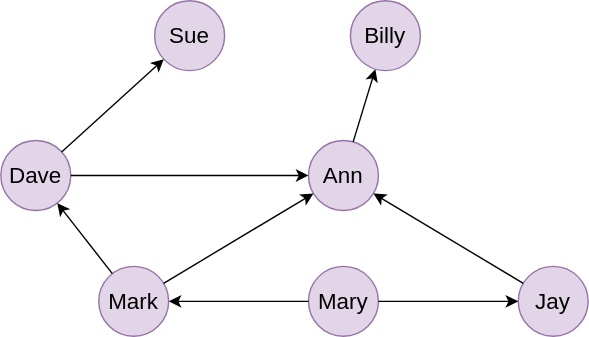
Above: graph-algorithms/pages/similarity/images/knn-example.drawio.svg in ultipa/ultipa-docs (draw.io), before the change. Source tidied: cells renumbered, new cells last; positions are measured from the earlier drawing's top-left corner, leaving out a move shared by most shapes. Its diagram source:
```xml
<mxGraphModel>
  <root>
    <mxCell id="0" />
    <mxCell id="1" parent="0" />
    <mxCell id="2" value="Dave" style="ellipse;whiteSpace=wrap;html=1;fillColor=#e1d5e7;strokeColor=#9673a6;fontSize=16;" parent="1" vertex="1">
      <mxGeometry y="100" width="50" height="50" as="geometry" />
    </mxCell>
    <mxCell id="3" value="Mark" style="ellipse;whiteSpace=wrap;html=1;fillColor=#e1d5e7;strokeColor=#9673a6;fontSize=16;" parent="1" vertex="1">
      <mxGeometry x="70" y="190" width="50" height="50" as="geometry" />
    </mxCell>
    <mxCell id="4" value="Ann" style="ellipse;whiteSpace=wrap;html=1;fillColor=#e1d5e7;strokeColor=#9673a6;fontSize=16;" parent="1" vertex="1">
      <mxGeometry x="220" y="100" width="50" height="50" as="geometry" />
    </mxCell>
    <mxCell id="5" style="endArrow=classic;html=1;endFill=1;strokeWidth=1;" parent="1" edge="1" source="3" target="2">
      <mxGeometry relative="1" as="geometry" />
    </mxCell>
    <mxCell id="6" style="endArrow=classic;html=1;endFill=1;strokeWidth=1;" parent="1" edge="1" source="2" target="4">
      <mxGeometry relative="1" as="geometry" />
    </mxCell>
    <mxCell id="7" value="Sue" style="ellipse;whiteSpace=wrap;html=1;fillColor=#e1d5e7;strokeColor=#9673a6;fontSize=16;" parent="1" vertex="1">
      <mxGeometry x="110" width="50" height="50" as="geometry" />
    </mxCell>
    <mxCell id="8" style="endArrow=classic;html=1;endFill=1;strokeWidth=1;" parent="1" edge="1" source="2" target="7">
      <mxGeometry relative="1" as="geometry" />
    </mxCell>
    <mxCell id="9" value="Billy" style="ellipse;whiteSpace=wrap;html=1;fillColor=#e1d5e7;strokeColor=#9673a6;fontSize=16;" parent="1" vertex="1">
      <mxGeometry x="250" width="50" height="50" as="geometry" />
    </mxCell>
    <mxCell id="10" value="Mary" style="ellipse;whiteSpace=wrap;html=1;fillColor=#e1d5e7;strokeColor=#9673a6;fontSize=16;" parent="1" vertex="1">
      <mxGeometry x="220" y="190" width="50" height="50" as="geometry" />
    </mxCell>
    <mxCell id="11" value="Jay" style="ellipse;whiteSpace=wrap;html=1;fillColor=#e1d5e7;strokeColor=#9673a6;fontSize=16;" parent="1" vertex="1">
      <mxGeometry x="370" y="190" width="50" height="50" as="geometry" />
    </mxCell>
    <mxCell id="12" style="endArrow=classic;html=1;endFill=1;strokeWidth=1;" parent="1" edge="1" source="11" target="4">
      <mxGeometry relative="1" as="geometry" />
    </mxCell>
    <mxCell id="13" style="endArrow=classic;html=1;endFill=1;strokeWidth=1;" parent="1" edge="1" source="10" target="3">
      <mxGeometry relative="1" as="geometry" />
    </mxCell>
    <mxCell id="14" style="endArrow=classic;html=1;endFill=1;strokeWidth=1;" parent="1" edge="1" source="10" target="11">
      <mxGeometry relative="1" as="geometry" />
    </mxCell>
    <mxCell id="15" style="endArrow=classic;html=1;endFill=1;strokeWidth=1;" parent="1" edge="1" source="4" target="9">
      <mxGeometry relative="1" as="geometry" />
    </mxCell>
    <mxCell id="16" style="endArrow=classic;html=1;endFill=1;strokeWidth=1;" parent="1" edge="1" source="3" target="4">
      <mxGeometry relative="1" as="geometry" />
    </mxCell>
  </root>
</mxGraphModel>
```
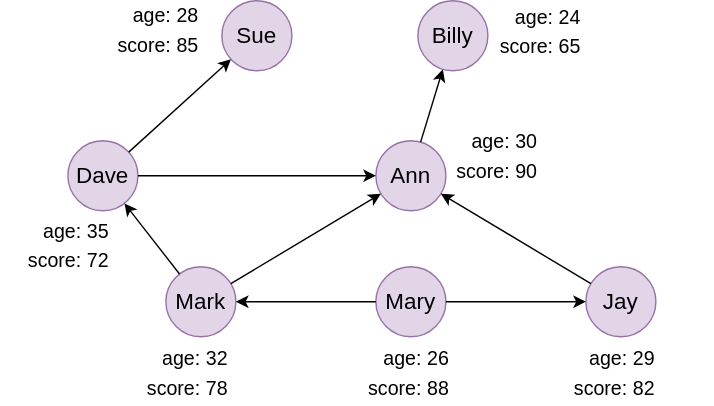
Later version of the same file.

What changed in the source:
```diff
@@ -2,6 +2,90 @@
   <root>
     <mxCell id="0" />
     <mxCell id="1" parent="0" />
+    <mxCell id="17" style="shape=table;startSize=0;fontSize=16;strokeColor=none;" parent="1" vertex="1">
+      <mxGeometry x="16" width="120" height="44" as="geometry" />
+    </mxCell>
+    <mxCell id="18" style="shape=tableRow;horizontal=0;startSize=0;swimlaneHead=0;swimlaneBody=0;strokeColor=inherit;top=0;left=0;bottom=0;right=0;fillColor=none;fontSize=16;" parent="17" vertex="1">
+      <mxGeometry width="120" height="20" as="geometry" />
+    </mxCell>
+    <mxCell id="19" value="age:" style="shape=partialRectangle;html=1;whiteSpace=wrap;strokeColor=inherit;overflow=hidden;fillColor=none;top=0;left=0;bottom=0;right=0;fontSize=14;align=right;" parent="18" vertex="1">
+      <mxGeometry width="60" height="20" as="geometry" />
+    </mxCell>
+    <mxCell id="20" value="28" style="shape=partialRectangle;html=1;whiteSpace=wrap;strokeColor=inherit;overflow=hidden;fillColor=none;top=0;left=0;bottom=0;right=0;fontSize=14;align=left;" parent="18" vertex="1">
+      <mxGeometry x="60" width="60" height="20" as="geometry" />
+    </mxCell>
+    <mxCell id="21" style="shape=tableRow;horizontal=0;startSize=0;swimlaneHead=0;swimlaneBody=0;strokeColor=inherit;top=0;left=0;bottom=0;right=0;fillColor=none;fontSize=16;" parent="17" vertex="1">
+      <mxGeometry y="20" width="120" height="24" as="geometry" />
+    </mxCell>
+    <mxCell id="22" value="score:" style="shape=partialRectangle;html=1;whiteSpace=wrap;strokeColor=inherit;overflow=hidden;fillColor=none;top=0;left=0;bottom=0;right=0;fontSize=14;align=right;" parent="21" vertex="1">
+      <mxGeometry width="60" height="24" as="geometry" />
+    </mxCell>
+    <mxCell id="23" value="85" style="shape=partialRectangle;html=1;whiteSpace=wrap;strokeColor=inherit;overflow=hidden;fillColor=none;top=0;left=0;bottom=0;right=0;fontSize=14;align=left;" parent="21" vertex="1">
+      <mxGeometry x="60" width="60" height="24" as="geometry" />
+    </mxCell>
+    <mxCell id="24" style="shape=table;startSize=0;fontSize=16;strokeColor=none;" parent="1" vertex="1">
+      <mxGeometry x="289" y="1" width="120" height="44" as="geometry" />
+    </mxCell>
+    <mxCell id="25" style="shape=tableRow;horizontal=0;startSize=0;swimlaneHead=0;swimlaneBody=0;strokeColor=inherit;top=0;left=0;bottom=0;right=0;fillColor=none;fontSize=16;" parent="24" vertex="1">
+      <mxGeometry width="120" height="20" as="geometry" />
+    </mxCell>
+    <mxCell id="26" value="age:" style="shape=partialRectangle;html=1;whiteSpace=wrap;strokeColor=inherit;overflow=hidden;fillColor=none;top=0;left=0;bottom=0;right=0;fontSize=14;align=right;" parent="25" vertex="1">
+      <mxGeometry width="60" height="20" as="geometry" />
+    </mxCell>
+    <mxCell id="27" value="24" style="shape=partialRectangle;html=1;whiteSpace=wrap;strokeColor=inherit;overflow=hidden;fillColor=none;top=0;left=0;bottom=0;right=0;fontSize=14;align=left;" parent="25" vertex="1">
+      <mxGeometry x="60" width="60" height="20" as="geometry" />
+    </mxCell>
+    <mxCell id="28" style="shape=tableRow;horizontal=0;startSize=0;swimlaneHead=0;swimlaneBody=0;strokeColor=inherit;top=0;left=0;bottom=0;right=0;fillColor=none;fontSize=16;" parent="24" vertex="1">
+      <mxGeometry y="20" width="120" height="24" as="geometry" />
+    </mxCell>
+    <mxCell id="29" value="score:" style="shape=partialRectangle;html=1;whiteSpace=wrap;strokeColor=inherit;overflow=hidden;fillColor=none;top=0;left=0;bottom=0;right=0;fontSize=14;align=right;" parent="28" vertex="1">
+      <mxGeometry width="60" height="24" as="geometry" />
+    </mxCell>
+    <mxCell id="30" value="65" style="shape=partialRectangle;html=1;whiteSpace=wrap;strokeColor=inherit;overflow=hidden;fillColor=none;top=0;left=0;bottom=0;right=0;fontSize=14;align=left;" parent="28" vertex="1">
+      <mxGeometry x="60" width="60" height="24" as="geometry" />
+    </mxCell>
+    <mxCell id="31" style="shape=table;startSize=0;fontSize=16;strokeColor=none;" parent="1" vertex="1">
+      <mxGeometry x="258" y="90" width="120" height="44" as="geometry" />
+    </mxCell>
+    <mxCell id="32" style="shape=tableRow;horizontal=0;startSize=0;swimlaneHead=0;swimlaneBody=0;strokeColor=inherit;top=0;left=0;bottom=0;right=0;fillColor=none;fontSize=16;" parent="31" vertex="1">
+      <mxGeometry width="120" height="20" as="geometry" />
+    </mxCell>
+    <mxCell id="33" value="age:" style="shape=partialRectangle;html=1;whiteSpace=wrap;strokeColor=inherit;overflow=hidden;fillColor=none;top=0;left=0;bottom=0;right=0;fontSize=14;align=right;" parent="32" vertex="1">
+      <mxGeometry width="60" height="20" as="geometry" />
+    </mxCell>
+    <mxCell id="34" value="30" style="shape=partialRectangle;html=1;whiteSpace=wrap;strokeColor=inherit;overflow=hidden;fillColor=none;top=0;left=0;bottom=0;right=0;fontSize=14;align=left;" parent="32" vertex="1">
+      <mxGeometry x="60" width="60" height="20" as="geometry" />
+    </mxCell>
+    <mxCell id="35" style="shape=tableRow;horizontal=0;startSize=0;swimlaneHead=0;swimlaneBody=0;strokeColor=inherit;top=0;left=0;bottom=0;right=0;fillColor=none;fontSize=16;" parent="31" vertex="1">
+      <mxGeometry y="20" width="120" height="24" as="geometry" />
+    </mxCell>
+    <mxCell id="36" value="score:" style="shape=partialRectangle;html=1;whiteSpace=wrap;strokeColor=inherit;overflow=hidden;fillColor=none;top=0;left=0;bottom=0;right=0;fontSize=14;align=right;" parent="35" vertex="1">
+      <mxGeometry width="60" height="24" as="geometry" />
+    </mxCell>
+    <mxCell id="37" value="90" style="shape=partialRectangle;html=1;whiteSpace=wrap;strokeColor=inherit;overflow=hidden;fillColor=none;top=0;left=0;bottom=0;right=0;fontSize=14;align=left;" parent="35" vertex="1">
+      <mxGeometry x="60" width="60" height="24" as="geometry" />
+    </mxCell>
+    <mxCell id="38" style="shape=table;startSize=0;fontSize=16;strokeColor=none;" parent="1" vertex="1">
+      <mxGeometry x="-48" y="154" width="120" height="44" as="geometry" />
+    </mxCell>
+    <mxCell id="39" style="shape=tableRow;horizontal=0;startSize=0;swimlaneHead=0;swimlaneBody=0;strokeColor=inherit;top=0;left=0;bottom=0;right=0;fillColor=none;fontSize=16;" parent="38" vertex="1">
+      <mxGeometry width="120" height="20" as="geometry" />
+    </mxCell>
+    <mxCell id="40" value="age:" style="shape=partialRectangle;html=1;whiteSpace=wrap;strokeColor=inherit;overflow=hidden;fillColor=none;top=0;left=0;bottom=0;right=0;fontSize=14;align=right;" parent="39" vertex="1">
+      <mxGeometry width="60" height="20" as="geometry" />
+    </mxCell>
+    <mxCell id="41" value="35" style="shape=partialRectangle;html=1;whiteSpace=wrap;strokeColor=inherit;overflow=hidden;fillColor=none;top=0;left=0;bottom=0;right=0;fontSize=14;align=left;" parent="39" vertex="1">
+      <mxGeometry x="60" width="60" height="20" as="geometry" />
+    </mxCell>
+    <mxCell id="42" style="shape=tableRow;horizontal=0;startSize=0;swimlaneHead=0;swimlaneBody=0;strokeColor=inherit;top=0;left=0;bottom=0;right=0;fillColor=none;fontSize=16;" parent="38" vertex="1">
+      <mxGeometry y="20" width="120" height="24" as="geometry" />
+    </mxCell>
+    <mxCell id="43" value="score:" style="shape=partialRectangle;html=1;whiteSpace=wrap;strokeColor=inherit;overflow=hidden;fillColor=none;top=0;left=0;bottom=0;right=0;fontSize=14;align=right;" parent="42" vertex="1">
+      <mxGeometry width="60" height="24" as="geometry" />
+    </mxCell>
+    <mxCell id="44" value="72" style="shape=partialRectangle;html=1;whiteSpace=wrap;strokeColor=inherit;overflow=hidden;fillColor=none;top=0;left=0;bottom=0;right=0;fontSize=14;align=left;" parent="42" vertex="1">
+      <mxGeometry x="60" width="60" height="24" as="geometry" />
+    </mxCell>
     <mxCell id="2" value="Dave" style="ellipse;whiteSpace=wrap;html=1;fillColor=#e1d5e7;strokeColor=#9673a6;fontSize=16;" parent="1" vertex="1">
       <mxGeometry y="100" width="50" height="50" as="geometry" />
     </mxCell>
@@ -47,5 +131,68 @@
     <mxCell id="16" style="endArrow=classic;html=1;endFill=1;strokeWidth=1;" parent="1" edge="1" source="3" target="4">
       <mxGeometry relative="1" as="geometry" />
     </mxCell>
+    <mxCell id="45" style="shape=table;startSize=0;fontSize=16;strokeColor=none;" parent="1" vertex="1">
+      <mxGeometry x="37" y="245" width="120" height="44" as="geometry" />
+    </mxCell>
+    <mxCell id="46" style="shape=tableRow;horizontal=0;startSize=0;swimlaneHead=0;swimlaneBody=0;strokeColor=inherit;top=0;left=0;bottom=0;right=0;fillColor=none;fontSize=16;" parent="45" vertex="1">
+      <mxGeometry width="120" height="20" as="geometry" />
+    </mxCell>
+    <mxCell id="47" value="age:" style="shape=partialRectangle;html=1;whiteSpace=wrap;strokeColor=inherit;overflow=hidden;fillColor=none;top=0;left=0;bottom=0;right=0;fontSize=14;align=right;" parent="46" vertex="1">
+      <mxGeometry width="60" height="20" as="geometry" />
+    </mxCell>
+    <mxCell id="48" value="32" style="shape=partialRectangle;html=1;whiteSpace=wrap;strokeColor=inherit;overflow=hidden;fillColor=none;top=0;left=0;bottom=0;right=0;fontSize=14;align=left;" parent="46" vertex="1">
+      <mxGeometry x="60" width="60" height="20" as="geometry" />
+    </mxCell>
+    <mxCell id="49" style="shape=tableRow;horizontal=0;startSize=0;swimlaneHead=0;swimlaneBody=0;strokeColor=inherit;top=0;left=0;bottom=0;right=0;fillColor=none;fontSize=16;" parent="45" vertex="1">
+      <mxGeometry y="20" width="120" height="24" as="geometry" />
+    </mxCell>
+    <mxCell id="50" value="score:" style="shape=partialRectangle;html=1;whiteSpace=wrap;strokeColor=inherit;overflow=hidden;fillColor=none;top=0;left=0;bottom=0;right=0;fontSize=14;align=right;" parent="49" vertex="1">
+      <mxGeometry width="60" height="24" as="geometry" />
+    </mxCell>
+    <mxCell id="51" value="78" style="shape=partialRectangle;html=1;whiteSpace=wrap;strokeColor=inherit;overflow=hidden;fillColor=none;top=0;left=0;bottom=0;right=0;fontSize=14;align=left;" parent="49" vertex="1">
+      <mxGeometry x="60" width="60" height="24" as="geometry" />
+    </mxCell>
+    <mxCell id="52" style="shape=table;startSize=0;fontSize=16;strokeColor=none;" parent="1" vertex="1">
+      <mxGeometry x="195" y="245" width="120" height="44" as="geometry" />
+    </mxCell>
+    <mxCell id="53" style="shape=tableRow;horizontal=0;startSize=0;swimlaneHead=0;swimlaneBody=0;strokeColor=inherit;top=0;left=0;bottom=0;right=0;fillColor=none;fontSize=16;" parent="52" vertex="1">
+      <mxGeometry width="120" height="20" as="geometry" />
+    </mxCell>
+    <mxCell id="54" value="age:" style="shape=partialRectangle;html=1;whiteSpace=wrap;strokeColor=inherit;overflow=hidden;fillColor=none;top=0;left=0;bottom=0;right=0;fontSize=14;align=right;" parent="53" vertex="1">
+      <mxGeometry width="60" height="20" as="geometry" />
+    </mxCell>
+    <mxCell id="55" value="26" style="shape=partialRectangle;html=1;whiteSpace=wrap;strokeColor=inherit;overflow=hidden;fillColor=none;top=0;left=0;bottom=0;right=0;fontSize=14;align=left;" parent="53" vertex="1">
+      <mxGeometry x="60" width="60" height="20" as="geometry" />
+    </mxCell>
+    <mxCell id="56" style="shape=tableRow;horizontal=0;startSize=0;swimlaneHead=0;swimlaneBody=0;strokeColor=inherit;top=0;left=0;bottom=0;right=0;fillColor=none;fontSize=16;" parent="52" vertex="1">
+      <mxGeometry y="20" width="120" height="24" as="geometry" />
+    </mxCell>
+    <mxCell id="57" value="score:" style="shape=partialRectangle;html=1;whiteSpace=wrap;strokeColor=inherit;overflow=hidden;fillColor=none;top=0;left=0;bottom=0;right=0;fontSize=14;align=right;" parent="56" vertex="1">
+      <mxGeometry width="60" height="24" as="geometry" />
+    </mxCell>
+    <mxCell id="58" value="88" style="shape=partialRectangle;html=1;whiteSpace=wrap;strokeColor=inherit;overflow=hidden;fillColor=none;top=0;left=0;bottom=0;right=0;fontSize=14;align=left;" parent="56" vertex="1">
+      <mxGeometry x="60" width="60" height="24" as="geometry" />
+    </mxCell>
+    <mxCell id="59" style="shape=table;startSize=0;fontSize=16;strokeColor=none;" parent="1" vertex="1">
+      <mxGeometry x="342" y="245" width="120" height="44" as="geometry" />
+    </mxCell>
+    <mxCell id="60" style="shape=tableRow;horizontal=0;startSize=0;swimlaneHead=0;swimlaneBody=0;strokeColor=inherit;top=0;left=0;bottom=0;right=0;fillColor=none;fontSize=16;" parent="59" vertex="1">
+      <mxGeometry width="120" height="20" as="geometry" />
+    </mxCell>
+    <mxCell id="61" value="age:" style="shape=partialRectangle;html=1;whiteSpace=wrap;strokeColor=inherit;overflow=hidden;fillColor=none;top=0;left=0;bottom=0;right=0;fontSize=14;align=right;" parent="60" vertex="1">
+      <mxGeometry width="60" height="20" as="geometry" />
+    </mxCell>
+    <mxCell id="62" value="29" style="shape=partialRectangle;html=1;whiteSpace=wrap;strokeColor=inherit;overflow=hidden;fillColor=none;top=0;left=0;bottom=0;right=0;fontSize=14;align=left;" parent="60" vertex="1">
+      <mxGeometry x="60" width="60" height="20" as="geometry" />
+    </mxCell>
+    <mxCell id="63" style="shape=tableRow;horizontal=0;startSize=0;swimlaneHead=0;swimlaneBody=0;strokeColor=inherit;top=0;left=0;bottom=0;right=0;fillColor=none;fontSize=16;" parent="59" vertex="1">
+      <mxGeometry y="20" width="120" height="24" as="geometry" />
+    </mxCell>
+    <mxCell id="64" value="score:" style="shape=partialRectangle;html=1;whiteSpace=wrap;strokeColor=inherit;overflow=hidden;fillColor=none;top=0;left=0;bottom=0;right=0;fontSize=14;align=right;" parent="63" vertex="1">
+      <mxGeometry width="60" height="24" as="geometry" />
+    </mxCell>
+    <mxCell id="65" value="82" style="shape=partialRectangle;html=1;whiteSpace=wrap;strokeColor=inherit;overflow=hidden;fillColor=none;top=0;left=0;bottom=0;right=0;fontSize=14;align=left;" parent="63" vertex="1">
+      <mxGeometry x="60" width="60" height="24" as="geometry" />
+    </mxCell>
   </root>
 </mxGraphModel>
```
